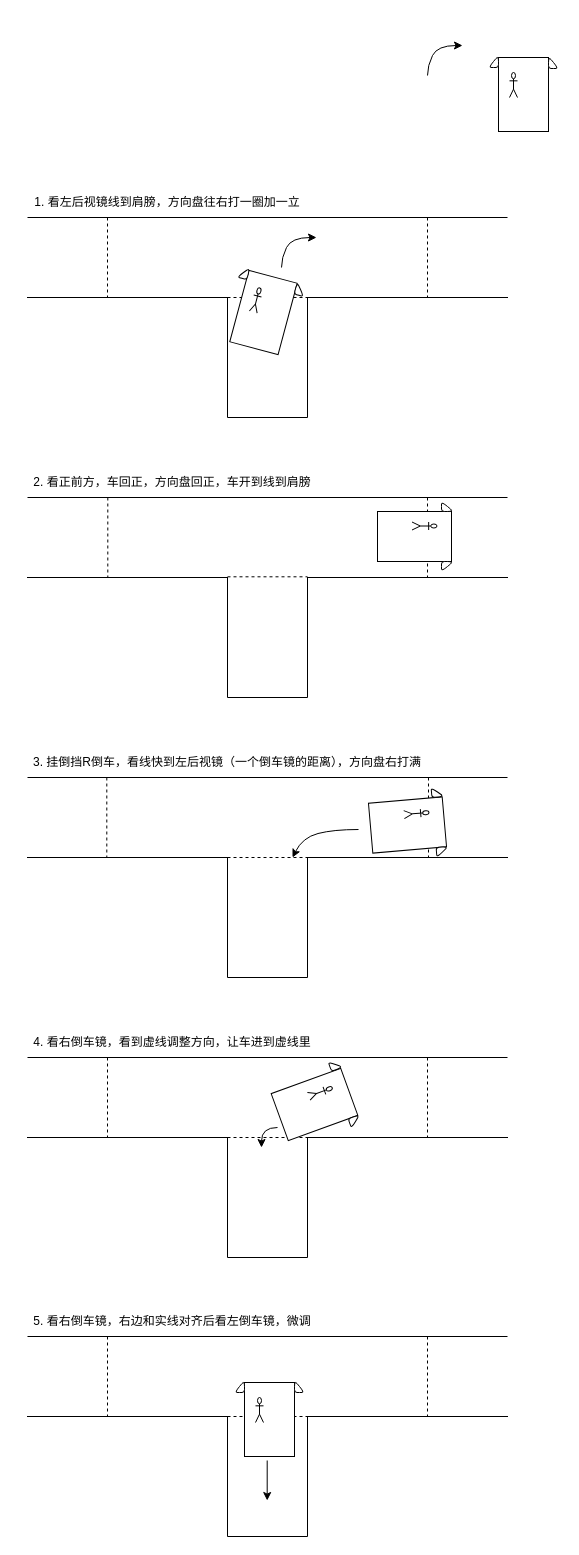
Before: 倒车入库.drawio in liaihui666/sayhello, a draw.io diagram. Source tidied: cells renumbered, new cells numbered last; positions are measured from the earlier drawing's top-left corner, leaving out a move shared by most shapes. Both pictures are drawn from the tidied source at 100%, with x=0, y=0 at pixel (27, 45).
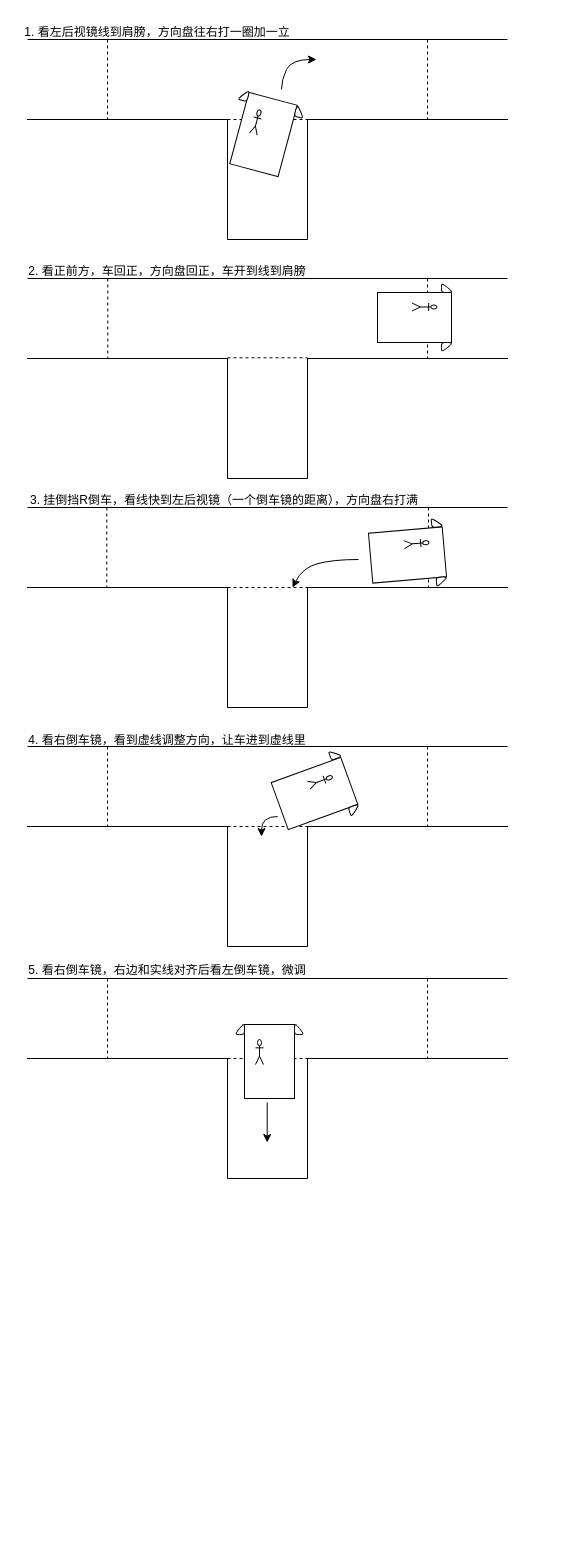
Above is the later version.

Commit message (it also covers changes not shown here):
更新倒车入库.drawio

What changed in the source:
```diff
@@
     <mxCell id="2" style="shape=partialRectangle;whiteSpace=wrap;html=1;bottom=0;right=0;fillColor=none;" parent="1" vertex="1">
-      <mxGeometry x="280" y="252" width="200" height="110" as="geometry" />
+      <mxGeometry x="280" y="74" width="200" height="110" as="geometry" />
     </mxCell>
     <mxCell id="3" style="edgeStyle=orthogonalEdgeStyle;rounded=0;jettySize=auto;html=1;exitX=0;exitY=0;exitDx=0;exitDy=0;entryX=0;entryY=1;entryDx=0;entryDy=0;endArrow=none;endFill=0;" parent="1" edge="1" source="4" target="2">
       <mxGeometry relative="1" as="geometry">
         <Array as="points">
-          <mxPoint x="200" y="372" />
-          <mxPoint x="280" y="372" />
+          <mxPoint x="200" y="194" />
+          <mxPoint x="280" y="194" />
         </Array>
       </mxGeometry>
     </mxCell>
     <mxCell id="4" style="shape=partialRectangle;whiteSpace=wrap;html=1;bottom=0;right=0;fillColor=none;rotation=-180;direction=east;flipV=1;" parent="1" vertex="1">
-      <mxGeometry y="252" width="200" height="110" as="geometry" />
+      <mxGeometry y="74" width="200" height="110" as="geometry" />
     </mxCell>
     <mxCell id="5" style="endArrow=none;html=1;rounded=0;" parent="1" edge="1">
       <mxGeometry relative="1" as="geometry">
-        <mxPoint y="172" as="sourcePoint" />
-        <mxPoint x="480" y="172" as="targetPoint" />
+        <mxPoint y="-6" as="sourcePoint" />
+        <mxPoint x="480" y="-6" as="targetPoint" />
       </mxGeometry>
     </mxCell>
     <mxCell id="6" style="shape=partialRectangle;whiteSpace=wrap;html=1;bottom=0;right=0;fillColor=none;" parent="1" vertex="1">
-      <mxGeometry x="280" y="532" width="200" height="110" as="geometry" />
+      <mxGeometry x="280" y="313" width="200" height="110" as="geometry" />
     </mxCell>
     <mxCell id="7" style="edgeStyle=orthogonalEdgeStyle;rounded=0;jettySize=auto;html=1;exitX=0;exitY=0;exitDx=0;exitDy=0;entryX=0;entryY=1;entryDx=0;entryDy=0;endArrow=none;endFill=0;" parent="1" edge="1" source="8" target="6">
       <mxGeometry relative="1" as="geometry">
         <Array as="points">
-          <mxPoint x="200" y="652" />
-          <mxPoint x="280" y="652" />
+          <mxPoint x="200" y="433" />
+          <mxPoint x="280" y="433" />
         </Array>
       </mxGeometry>
     </mxCell>
     <mxCell id="8" style="shape=partialRectangle;whiteSpace=wrap;html=1;bottom=0;right=0;fillColor=none;rotation=-180;direction=east;flipV=1;" parent="1" vertex="1">
-      <mxGeometry y="532" width="200" height="110" as="geometry" />
+      <mxGeometry y="313" width="200" height="110" as="geometry" />
     </mxCell>
     <mxCell id="9" style="endArrow=none;html=1;rounded=0;" parent="1" edge="1">
       <mxGeometry relative="1" as="geometry">
-        <mxPoint y="452" as="sourcePoint" />
-        <mxPoint x="480" y="452" as="targetPoint" />
+        <mxPoint y="233" as="sourcePoint" />
+        <mxPoint x="480" y="233" as="targetPoint" />
       </mxGeometry>
     </mxCell>
     <mxCell id="10" style="shape=partialRectangle;whiteSpace=wrap;html=1;bottom=0;right=0;fillColor=none;" parent="1" vertex="1">
-      <mxGeometry x="280" y="812" width="200" height="110" as="geometry" />
+      <mxGeometry x="280" y="542" width="200" height="110" as="geometry" />
     </mxCell>
     <mxCell id="11" style="edgeStyle=orthogonalEdgeStyle;rounded=0;jettySize=auto;html=1;exitX=0;exitY=0;exitDx=0;exitDy=0;entryX=0;entryY=1;entryDx=0;entryDy=0;endArrow=none;endFill=0;" parent="1" edge="1" source="12" target="10">
       <mxGeometry relative="1" as="geometry">
         <Array as="points">
-          <mxPoint x="200" y="932" />
-          <mxPoint x="280" y="932" />
+          <mxPoint x="200" y="662" />
+          <mxPoint x="280" y="662" />
         </Array>
       </mxGeometry>
     </mxCell>
     <mxCell id="12" style="shape=partialRectangle;whiteSpace=wrap;html=1;bottom=0;right=0;fillColor=none;rotation=-180;direction=east;flipV=1;" parent="1" vertex="1">
-      <mxGeometry y="812" width="200" height="110" as="geometry" />
+      <mxGeometry y="542" width="200" height="110" as="geometry" />
     </mxCell>
     <mxCell id="13" style="endArrow=none;html=1;rounded=0;" parent="1" edge="1">
       <mxGeometry relative="1" as="geometry">
-        <mxPoint y="732" as="sourcePoint" />
-        <mxPoint x="480" y="732" as="targetPoint" />
+        <mxPoint y="462" as="sourcePoint" />
+        <mxPoint x="480" y="462" as="targetPoint" />
       </mxGeometry>
     </mxCell>
     <mxCell id="14" style="shape=partialRectangle;whiteSpace=wrap;html=1;bottom=0;right=0;fillColor=none;" parent="1" vertex="1">
-      <mxGeometry x="280" y="1092" width="200" height="110" as="geometry" />
+      <mxGeometry x="280" y="781" width="200" height="110" as="geometry" />
     </mxCell>
     <mxCell id="15" style="edgeStyle=orthogonalEdgeStyle;rounded=0;jettySize=auto;html=1;exitX=0;exitY=0;exitDx=0;exitDy=0;entryX=0;entryY=1;entryDx=0;entryDy=0;endArrow=none;endFill=0;" parent="1" edge="1" source="16" target="14">
       <mxGeometry relative="1" as="geometry">
         <Array as="points">
-          <mxPoint x="200" y="1212" />
-          <mxPoint x="280" y="1212" />
+          <mxPoint x="200" y="901" />
+          <mxPoint x="280" y="901" />
         </Array>
       </mxGeometry>
     </mxCell>
     <mxCell id="16" style="shape=partialRectangle;whiteSpace=wrap;html=1;bottom=0;right=0;fillColor=none;rotation=-180;direction=east;flipV=1;" parent="1" vertex="1">
-      <mxGeometry y="1092" width="200" height="110" as="geometry" />
+      <mxGeometry y="781" width="200" height="110" as="geometry" />
     </mxCell>
     <mxCell id="17" style="endArrow=none;html=1;rounded=0;" parent="1" edge="1">
       <mxGeometry relative="1" as="geometry">
-        <mxPoint y="1012" as="sourcePoint" />
-        <mxPoint x="480" y="1012" as="targetPoint" />
+        <mxPoint y="701" as="sourcePoint" />
+        <mxPoint x="480" y="701" as="targetPoint" />
       </mxGeometry>
     </mxCell>
     <mxCell id="18" value="1. 看左后视镜线到肩膀，方向盘往右打一圈加一立" style="text;html=1;strokeColor=none;fillColor=none;align=center;verticalAlign=middle;whiteSpace=wrap;rounded=0;" parent="1" vertex="1">
-      <mxGeometry y="142" width="280" height="30" as="geometry" />
+      <mxGeometry x="-10" y="-28" width="280" height="30" as="geometry" />
     </mxCell>
     <mxCell id="19" style="endArrow=none;dashed=1;html=1;rounded=0;arcSize=20;endSize=6;startSize=6;jumpSize=6;" parent="1" edge="1">
       <mxGeometry relative="1" as="geometry">
-        <mxPoint x="200" y="252" as="sourcePoint" />
-        <mxPoint x="280" y="252" as="targetPoint" />
+        <mxPoint x="200" y="74" as="sourcePoint" />
+        <mxPoint x="280" y="74" as="targetPoint" />
       </mxGeometry>
     </mxCell>
     <mxCell id="20" style="curved=1;endArrow=classic;html=1;rounded=0;startSize=6;endSize=6;jumpSize=6;" parent="1" edge="1">
       <mxGeometry relative="1" as="geometry">
-        <mxPoint x="254" y="222" as="sourcePoint" />
-        <mxPoint x="289" y="192" as="targetPoint" />
+        <mxPoint x="254" y="44" as="sourcePoint" />
+        <mxPoint x="289" y="14" as="targetPoint" />
         <Array as="points">
-          <mxPoint x="254" y="212" />
-          <mxPoint x="264" y="192" />
+          <mxPoint x="254" y="34" />
+          <mxPoint x="264" y="14" />
         </Array>
       </mxGeometry>
     </mxCell>
-    <mxCell id="21" style="curved=1;endArrow=classic;html=1;rounded=0;startSize=6;endSize=6;jumpSize=6;" parent="1" edge="1">
-      <mxGeometry relative="1" as="geometry">
-        <mxPoint x="400" y="30" as="sourcePoint" />
-        <mxPoint x="435" as="targetPoint" />
-        <Array as="points">
-          <mxPoint x="400" y="20" />
-          <mxPoint x="410" />
-        </Array>
-      </mxGeometry>
-    </mxCell>
     <mxCell id="22" value="2. 看正前方，车回正，方向盘回正，车开到线到肩膀" style="text;html=1;strokeColor=none;fillColor=none;align=center;verticalAlign=middle;whiteSpace=wrap;rounded=0;" parent="1" vertex="1">
-      <mxGeometry y="422" width="290" height="30" as="geometry" />
+      <mxGeometry x="-5" y="211" width="290" height="30" as="geometry" />
     </mxCell>
     <mxCell id="23" style="endArrow=none;dashed=1;html=1;rounded=0;arcSize=20;endSize=6;startSize=6;jumpSize=6;entryX=1;entryY=0;entryDx=0;entryDy=0;" parent="1" edge="1">
       <mxGeometry relative="1" as="geometry">
-        <mxPoint x="400" y="172" as="sourcePoint" />
-        <mxPoint x="400" y="252" as="targetPoint" />
+        <mxPoint x="400" y="-6" as="sourcePoint" />
+        <mxPoint x="400" y="74" as="targetPoint" />
       </mxGeometry>
     </mxCell>
     <mxCell id="24" style="endArrow=none;dashed=1;html=1;rounded=0;arcSize=20;endSize=6;startSize=6;jumpSize=6;entryX=1;entryY=0;entryDx=0;entryDy=0;" parent="1" edge="1">
       <mxGeometry relative="1" as="geometry">
-        <mxPoint x="80" y="172" as="sourcePoint" />
-        <mxPoint x="80" y="252" as="targetPoint" />
+        <mxPoint x="80" y="-6" as="sourcePoint" />
+        <mxPoint x="80" y="74" as="targetPoint" />
       </mxGeometry>
     </mxCell>
     <mxCell id="25" style="endArrow=none;dashed=1;html=1;rounded=0;arcSize=20;endSize=6;startSize=6;jumpSize=6;entryX=1;entryY=0;entryDx=0;entryDy=0;" parent="1" edge="1">
       <mxGeometry relative="1" as="geometry">
-        <mxPoint x="400" y="452" as="sourcePoint" />
-        <mxPoint x="400" y="532" as="targetPoint" />
+        <mxPoint x="400" y="233" as="sourcePoint" />
+        <mxPoint x="400" y="313" as="targetPoint" />
       </mxGeometry>
     </mxCell>
     <mxCell id="26" style="endArrow=none;dashed=1;html=1;rounded=0;arcSize=20;endSize=6;startSize=6;jumpSize=6;entryX=1;entryY=0;entryDx=0;entryDy=0;" parent="1" edge="1">
       <mxGeometry relative="1" as="geometry">
-        <mxPoint x="80.3" y="452" as="sourcePoint" />
-        <mxPoint x="80.3" y="532" as="targetPoint" />
+        <mxPoint x="80.3" y="233" as="sourcePoint" />
+        <mxPoint x="80.3" y="313" as="targetPoint" />
       </mxGeometry>
     </mxCell>
     <mxCell id="27" style="endArrow=none;dashed=1;html=1;rounded=0;arcSize=20;endSize=6;startSize=6;jumpSize=6;entryX=1;entryY=0;entryDx=0;entryDy=0;" parent="1" edge="1">
       <mxGeometry relative="1" as="geometry">
-        <mxPoint x="401" y="732" as="sourcePoint" />
-        <mxPoint x="401" y="812" as="targetPoint" />
+        <mxPoint x="401" y="462" as="sourcePoint" />
+        <mxPoint x="401" y="542" as="targetPoint" />
       </mxGeometry>
     </mxCell>
     <mxCell id="28" style="endArrow=none;dashed=1;html=1;rounded=0;arcSize=20;endSize=6;startSize=6;jumpSize=6;entryX=1;entryY=0;entryDx=0;entryDy=0;" parent="1" edge="1">
       <mxGeometry relative="1" as="geometry">
-        <mxPoint x="79.3" y="732" as="sourcePoint" />
-        <mxPoint x="79.3" y="812" as="targetPoint" />
+        <mxPoint x="79.3" y="462" as="sourcePoint" />
+        <mxPoint x="79.3" y="542" as="targetPoint" />
       </mxGeometry>
     </mxCell>
     <mxCell id="29" style="endArrow=none;dashed=1;html=1;rounded=0;arcSize=20;endSize=6;startSize=6;jumpSize=6;" parent="1" edge="1">
       <mxGeometry relative="1" as="geometry">
-        <mxPoint x="200" y="531.3" as="sourcePoint" />
-        <mxPoint x="280" y="531.3" as="targetPoint" />
+        <mxPoint x="200" y="312.3" as="sourcePoint" />
+        <mxPoint x="280" y="312.3" as="targetPoint" />
       </mxGeometry>
     </mxCell>
     <mxCell id="30" style="endArrow=none;dashed=1;html=1;rounded=0;arcSize=20;endSize=6;startSize=6;jumpSize=6;" parent="1" edge="1">
       <mxGeometry relative="1" as="geometry">
-        <mxPoint x="200" y="812" as="sourcePoint" />
-        <mxPoint x="280" y="812" as="targetPoint" />
+        <mxPoint x="200" y="542" as="sourcePoint" />
+        <mxPoint x="280" y="542" as="targetPoint" />
       </mxGeometry>
     </mxCell>
     <mxCell id="31" style="endArrow=none;dashed=1;html=1;rounded=0;arcSize=20;endSize=6;startSize=6;jumpSize=6;" parent="1" edge="1">
       <mxGeometry relative="1" as="geometry">
-        <mxPoint x="200" y="1092" as="sourcePoint" />
-        <mxPoint x="280" y="1092" as="targetPoint" />
+        <mxPoint x="200" y="781" as="sourcePoint" />
+        <mxPoint x="280" y="781" as="targetPoint" />
       </mxGeometry>
     </mxCell>
     <mxCell id="32" style="endArrow=none;dashed=1;html=1;rounded=0;arcSize=20;endSize=6;startSize=6;jumpSize=6;entryX=1;entryY=0;entryDx=0;entryDy=0;" parent="1" edge="1">
       <mxGeometry relative="1" as="geometry">
-        <mxPoint x="400" y="1012" as="sourcePoint" />
-        <mxPoint x="400" y="1092" as="targetPoint" />
+        <mxPoint x="400" y="701" as="sourcePoint" />
+        <mxPoint x="400" y="781" as="targetPoint" />
       </mxGeometry>
     </mxCell>
     <mxCell id="33" style="endArrow=none;dashed=1;html=1;rounded=0;arcSize=20;endSize=6;startSize=6;jumpSize=6;entryX=1;entryY=0;entryDx=0;entryDy=0;" parent="1" edge="1">
       <mxGeometry relative="1" as="geometry">
-        <mxPoint x="80" y="1012" as="sourcePoint" />
-        <mxPoint x="80" y="1092" as="targetPoint" />
+        <mxPoint x="80" y="701" as="sourcePoint" />
+        <mxPoint x="80" y="781" as="targetPoint" />
       </mxGeometry>
     </mxCell>
     <mxCell id="34" value="3. 挂倒挡R倒车，看线快到左后视镜（一个倒车镜的距离），方向盘右打满" style="text;html=1;strokeColor=none;fillColor=none;align=center;verticalAlign=middle;whiteSpace=wrap;rounded=0;" parent="1" vertex="1">
-      <mxGeometry y="702" width="400" height="30" as="geometry" />
+      <mxGeometry x="-3" y="440" width="400" height="30" as="geometry" />
     </mxCell>
     <mxCell id="35" style="group;rotation=-5;" parent="1" vertex="1">
-      <mxGeometry x="343" y="743.5" width="75.5" height="73" as="geometry" />
+      <mxGeometry x="343" y="473.5" width="75.5" height="73" as="geometry" />
     </mxCell>
@@
     <mxCell id="41" style="curved=1;endArrow=classic;html=1;rounded=0;startSize=6;endSize=6;jumpSize=6;" parent="1" edge="1">
       <mxGeometry relative="1" as="geometry">
-        <mxPoint x="331" y="784" as="sourcePoint" />
-        <mxPoint x="265" y="812" as="targetPoint" />
+        <mxPoint x="331" y="514" as="sourcePoint" />
+        <mxPoint x="265" y="542" as="targetPoint" />
         <Array as="points">
-          <mxPoint x="306" y="784" />
-          <mxPoint x="275" y="792" />
+          <mxPoint x="306" y="514" />
+          <mxPoint x="275" y="522" />
         </Array>
       </mxGeometry>
     </mxCell>
-    <mxCell id="42" style="group;rotation=-90;" parent="1" vertex="1">
-      <mxGeometry x="460" y="12" width="75.5" height="73" as="geometry" />
-    </mxCell>
-    <mxCell id="43" style="group;rotation=0;" parent="42" vertex="1">
-      <mxGeometry x="6" y="-6" width="62" height="74" as="geometry" />
-    </mxCell>
-    <mxCell id="44" style="rounded=0;whiteSpace=wrap;html=1;rotation=90;" parent="43" vertex="1">
-      <mxGeometry x="-7" y="18" width="74" height="50" as="geometry" />
-    </mxCell>
-    <mxCell id="45" style="shape=umlActor;verticalLabelPosition=bottom;verticalAlign=top;html=1;rotation=0;" parent="43" vertex="1">
-      <mxGeometry x="16" y="21" width="8" height="25" as="geometry" />
-    </mxCell>
-    <mxCell id="46" style="html=1;strokeWidth=1;shape=manualInput;whiteSpace=wrap;rounded=1;size=13;arcSize=30;rotation=0;flipH=1;" parent="43" vertex="1">
-      <mxGeometry x="55" y="5" width="10" height="12" as="geometry" />
-    </mxCell>
-    <mxCell id="47" style="html=1;strokeWidth=1;shape=manualInput;whiteSpace=wrap;rounded=1;size=13;arcSize=30;rotation=0;" parent="42" vertex="1">
-      <mxGeometry x="1" y="-2" width="10" height="12" as="geometry" />
-    </mxCell>
     <mxCell id="48" style="group;rotation=0;" parent="1" vertex="1">
-      <mxGeometry x="350" y="456" width="75.5" height="73" as="geometry" />
+      <mxGeometry x="350" y="237" width="75.5" height="73" as="geometry" />
     </mxCell>
@@
     <mxCell id="54" style="group;rotation=-75;" parent="1" vertex="1">
-      <mxGeometry x="201" y="230" width="75.5" height="73" as="geometry" />
+      <mxGeometry x="201" y="52" width="75.5" height="73" as="geometry" />
     </mxCell>
@@
     <mxCell id="60" style="group;rotation=-20;" parent="1" vertex="1">
-      <mxGeometry x="240" y="1022" width="84" height="73" as="geometry" />
+      <mxGeometry x="240" y="711" width="84" height="73" as="geometry" />
     </mxCell>
@@
     <mxCell id="66" value="4. 看右倒车镜，看到虚线调整方向，让车进到虚线里" style="text;html=1;strokeColor=none;fillColor=none;align=center;verticalAlign=middle;whiteSpace=wrap;rounded=0;" parent="1" vertex="1">
-      <mxGeometry y="982" width="290" height="30" as="geometry" />
+      <mxGeometry x="-5" y="680" width="290" height="30" as="geometry" />
     </mxCell>
     <mxCell id="67" style="shape=partialRectangle;whiteSpace=wrap;html=1;bottom=0;right=0;fillColor=none;" parent="1" vertex="1">
-      <mxGeometry x="280" y="1371" width="200" height="110" as="geometry" />
+      <mxGeometry x="280" y="1013" width="200" height="110" as="geometry" />
     </mxCell>
     <mxCell id="68" style="edgeStyle=orthogonalEdgeStyle;rounded=0;jettySize=auto;html=1;exitX=0;exitY=0;exitDx=0;exitDy=0;entryX=0;entryY=1;entryDx=0;entryDy=0;endArrow=none;endFill=0;" parent="1" edge="1" source="69" target="67">
       <mxGeometry relative="1" as="geometry">
         <Array as="points">
-          <mxPoint x="200" y="1491" />
-          <mxPoint x="280" y="1491" />
+          <mxPoint x="200" y="1133" />
+          <mxPoint x="280" y="1133" />
         </Array>
       </mxGeometry>
     </mxCell>
     <mxCell id="69" style="shape=partialRectangle;whiteSpace=wrap;html=1;bottom=0;right=0;fillColor=none;rotation=-180;direction=east;flipV=1;" parent="1" vertex="1">
-      <mxGeometry y="1371" width="200" height="110" as="geometry" />
+      <mxGeometry y="1013" width="200" height="110" as="geometry" />
     </mxCell>
     <mxCell id="70" style="endArrow=none;html=1;rounded=0;" parent="1" edge="1">
       <mxGeometry relative="1" as="geometry">
-        <mxPoint y="1291" as="sourcePoint" />
-        <mxPoint x="480" y="1291" as="targetPoint" />
+        <mxPoint y="933" as="sourcePoint" />
+        <mxPoint x="480" y="933" as="targetPoint" />
       </mxGeometry>
     </mxCell>
     <mxCell id="71" style="endArrow=none;dashed=1;html=1;rounded=0;arcSize=20;endSize=6;startSize=6;jumpSize=6;" parent="1" edge="1">
       <mxGeometry relative="1" as="geometry">
-        <mxPoint x="200" y="1371" as="sourcePoint" />
-        <mxPoint x="280" y="1371" as="targetPoint" />
+        <mxPoint x="200" y="1013" as="sourcePoint" />
+        <mxPoint x="280" y="1013" as="targetPoint" />
       </mxGeometry>
     </mxCell>
     <mxCell id="72" style="endArrow=none;dashed=1;html=1;rounded=0;arcSize=20;endSize=6;startSize=6;jumpSize=6;entryX=1;entryY=0;entryDx=0;entryDy=0;" parent="1" edge="1">
       <mxGeometry relative="1" as="geometry">
-        <mxPoint x="400" y="1291" as="sourcePoint" />
-        <mxPoint x="400" y="1371" as="targetPoint" />
+        <mxPoint x="400" y="933" as="sourcePoint" />
+        <mxPoint x="400" y="1013" as="targetPoint" />
       </mxGeometry>
     </mxCell>
     <mxCell id="73" style="endArrow=none;dashed=1;html=1;rounded=0;arcSize=20;endSize=6;startSize=6;jumpSize=6;entryX=1;entryY=0;entryDx=0;entryDy=0;" parent="1" edge="1">
       <mxGeometry relative="1" as="geometry">
-        <mxPoint x="80" y="1291" as="sourcePoint" />
-        <mxPoint x="80" y="1371" as="targetPoint" />
+        <mxPoint x="80" y="933" as="sourcePoint" />
+        <mxPoint x="80" y="1013" as="targetPoint" />
       </mxGeometry>
     </mxCell>
     <mxCell id="74" style="group;rotation=-90;" parent="1" vertex="1">
-      <mxGeometry x="198" y="1342" width="84" height="73" as="geometry" />
+      <mxGeometry x="198" y="984" width="84" height="73" as="geometry" />
     </mxCell>
@@
     <mxCell id="81" value="5. 看右倒车镜，右边和实线对齐后看左倒车镜，微调" style="text;html=1;strokeColor=none;fillColor=none;align=center;verticalAlign=middle;whiteSpace=wrap;rounded=0;" parent="1" vertex="1">
-      <mxGeometry y="1261" width="290" height="30" as="geometry" />
+      <mxGeometry x="-5" y="910" width="290" height="30" as="geometry" />
     </mxCell>
     <mxCell id="82" style="curved=1;endArrow=classic;html=1;rounded=0;startSize=6;endSize=6;jumpSize=6;" parent="1" edge="1">
       <mxGeometry relative="1" as="geometry">
-        <mxPoint x="250" y="1082" as="sourcePoint" />
-        <mxPoint x="234" y="1102" as="targetPoint" />
+        <mxPoint x="250" y="771" as="sourcePoint" />
+        <mxPoint x="234" y="791" as="targetPoint" />
         <Array as="points">
-          <mxPoint x="234" y="1082" />
+          <mxPoint x="234" y="771" />
         </Array>
       </mxGeometry>
     </mxCell>
```
